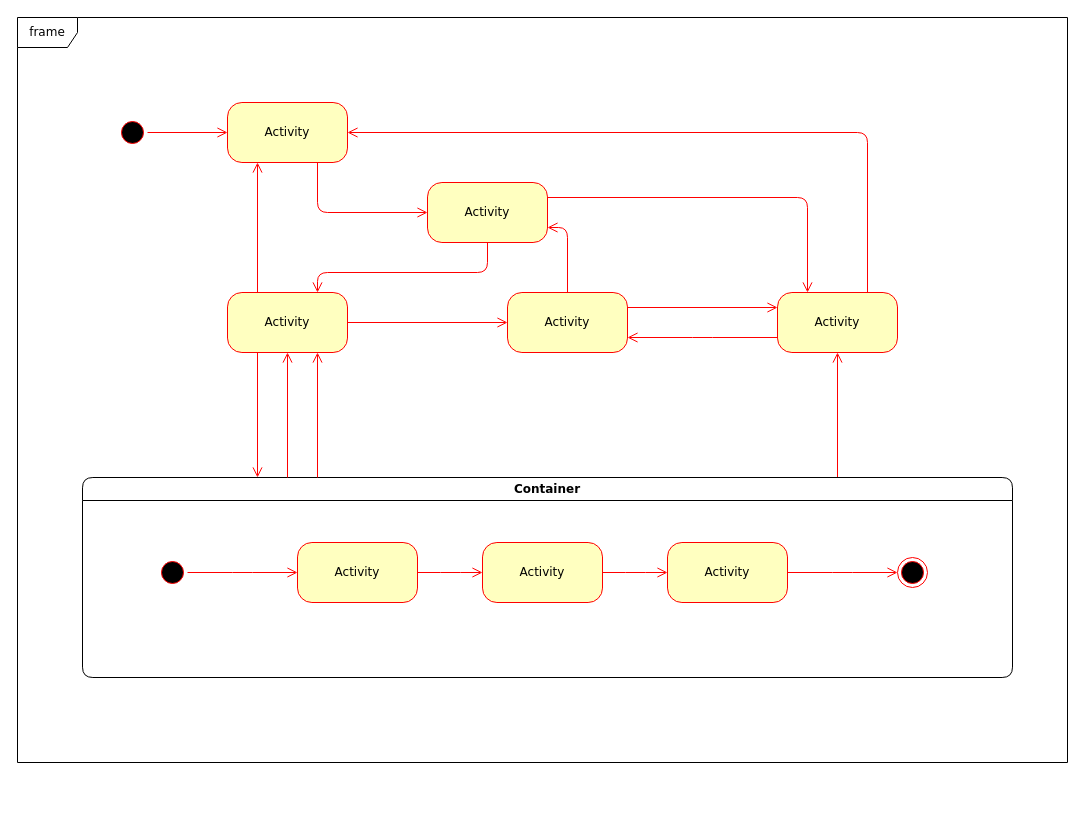
This is Diagram/Views/.drawio from ChristopheQuiniou/EasyFolio, a draw.io file, before an edit. Source tidied: cells renumbered, new cells numbered last; positions are measured from the earlier drawing's top-left corner, leaving out a move shared by most shapes. Both pictures are drawn from the tidied source at 100%, with x=0, y=0 at pixel (17, 17).
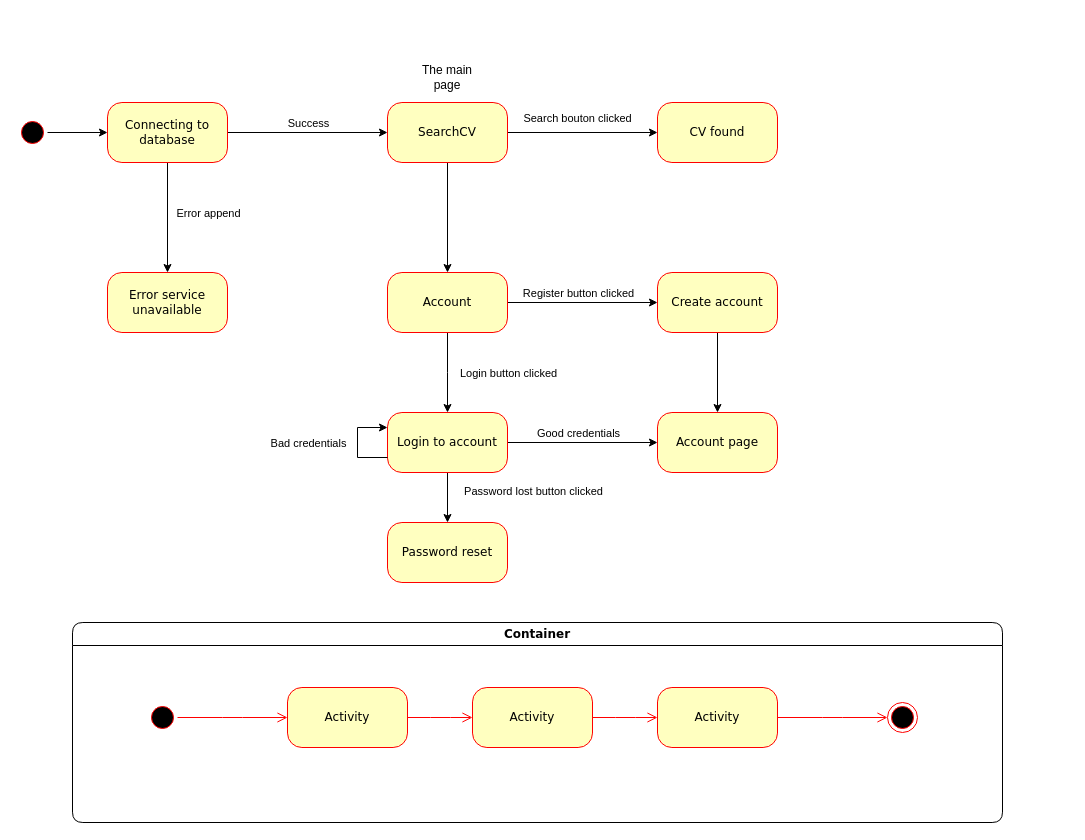
After the change.

Commit message:
Add view with basic account explain .drawio

Change to the diagram source:
```diff
@@
+    <mxCell id="33" style="edgeStyle=orthogonalEdgeStyle;rounded=0;jettySize=auto;html=1;entryX=0;entryY=0.5;entryDx=0;entryDy=0;" parent="1" edge="1" source="2" target="42">
+      <mxGeometry relative="1" as="geometry" />
+    </mxCell>
     <mxCell id="2" style="ellipse;html=1;shape=startState;fillColor=#000000;strokeColor=#ff0000;rounded=1;shadow=0;comic=0;labelBackgroundColor=none;fontFamily=Verdana;fontSize=12;fontColor=#000000;align=center;direction=south;" parent="1" vertex="1">
-      <mxGeometry x="100" y="100" width="30" height="30" as="geometry" />
+      <mxGeometry y="100" width="30" height="30" as="geometry" />
     </mxCell>
-    <mxCell id="3" value="Activity" style="rounded=1;whiteSpace=wrap;html=1;arcSize=24;fillColor=#ffffc0;strokeColor=#ff0000;shadow=0;comic=0;labelBackgroundColor=none;fontFamily=Verdana;fontSize=12;fontColor=#000000;align=center;" parent="1" vertex="1">
-      <mxGeometry x="210" y="275" width="120" height="60" as="geometry" />
-    </mxCell>
+    <mxCell id="34" style="edgeStyle=orthogonalEdgeStyle;rounded=0;jettySize=auto;html=1;" parent="1" edge="1" source="4" target="43">
+      <mxGeometry relative="1" as="geometry" />
+    </mxCell>
+    <mxCell id="35" value="Search bouton clicked" style="edgeLabel;html=1;align=center;verticalAlign=middle;" parent="34" vertex="1">
+      <mxGeometry x="-0.08" y="2" relative="1" as="geometry">
+        <mxPoint y="-13" as="offset" />
+      </mxGeometry>
+    </mxCell>
+    <mxCell id="36" style="edgeStyle=orthogonalEdgeStyle;rounded=0;jettySize=auto;html=1;" parent="1" edge="1" source="4" target="48">
+      <mxGeometry relative="1" as="geometry" />
+    </mxCell>
-    <mxCell id="4" value="Activity" style="rounded=1;whiteSpace=wrap;html=1;arcSize=24;fillColor=#ffffc0;strokeColor=#ff0000;shadow=0;comic=0;labelBackgroundColor=none;fontFamily=Verdana;fontSize=12;fontColor=#000000;align=center;" parent="1" vertex="1">
-      <mxGeometry x="210" y="85" width="120" height="60" as="geometry" />
+    <mxCell id="4" value="SearchCV" style="rounded=1;whiteSpace=wrap;html=1;arcSize=24;fillColor=#ffffc0;strokeColor=#ff0000;shadow=0;comic=0;labelBackgroundColor=none;fontFamily=Verdana;fontSize=12;fontColor=#000000;align=center;" parent="1" vertex="1">
+      <mxGeometry x="370" y="85" width="120" height="60" as="geometry" />
     </mxCell>
-    <mxCell id="5" style="edgeStyle=orthogonalEdgeStyle;html=1;exitX=1;exitY=0.25;entryX=0.25;entryY=0;labelBackgroundColor=none;endArrow=open;endSize=8;strokeColor=#ff0000;fontFamily=Verdana;fontSize=12;align=left;" parent="1" edge="1" source="6" target="9">
-      <mxGeometry relative="1" as="geometry" />
-    </mxCell>
-    <mxCell id="6" value="Activity" style="rounded=1;whiteSpace=wrap;html=1;arcSize=24;fillColor=#ffffc0;strokeColor=#ff0000;shadow=0;comic=0;labelBackgroundColor=none;fontFamily=Verdana;fontSize=12;fontColor=#000000;align=center;" parent="1" vertex="1">
-      <mxGeometry x="410" y="165" width="120" height="60" as="geometry" />
-    </mxCell>
-    <mxCell id="7" style="edgeStyle=orthogonalEdgeStyle;html=1;exitX=0.75;exitY=0;entryX=1;entryY=0.5;labelBackgroundColor=none;endArrow=open;endSize=8;strokeColor=#ff0000;fontFamily=Verdana;fontSize=12;align=left;" parent="1" edge="1" source="9" target="4">
-      <mxGeometry relative="1" as="geometry">
-        <Array as="points">
-          <mxPoint x="850" y="115" />
-        </Array>
-      </mxGeometry>
-    </mxCell>
-    <mxCell id="8" style="edgeStyle=elbowEdgeStyle;html=1;exitX=0;exitY=0.75;entryX=1;entryY=0.75;labelBackgroundColor=none;endArrow=open;endSize=8;strokeColor=#ff0000;fontFamily=Verdana;fontSize=12;align=left;" parent="1" edge="1" source="9" target="10">
-      <mxGeometry relative="1" as="geometry" />
-    </mxCell>
-    <mxCell id="9" value="Activity" style="rounded=1;whiteSpace=wrap;html=1;arcSize=24;fillColor=#ffffc0;strokeColor=#ff0000;shadow=0;comic=0;labelBackgroundColor=none;fontFamily=Verdana;fontSize=12;fontColor=#000000;align=center;" parent="1" vertex="1">
-      <mxGeometry x="760" y="275" width="120" height="60" as="geometry" />
-    </mxCell>
-    <mxCell id="10" value="Activity" style="rounded=1;whiteSpace=wrap;html=1;arcSize=24;fillColor=#ffffc0;strokeColor=#ff0000;shadow=0;comic=0;labelBackgroundColor=none;fontFamily=Verdana;fontSize=12;fontColor=#000000;align=center;" parent="1" vertex="1">
-      <mxGeometry x="490" y="275" width="120" height="60" as="geometry" />
-    </mxCell>
-    <mxCell id="11" style="edgeStyle=elbowEdgeStyle;html=1;labelBackgroundColor=none;endArrow=open;endSize=8;strokeColor=#ff0000;fontFamily=Verdana;fontSize=12;align=left;" parent="1" edge="1" source="12" target="9">
-      <mxGeometry relative="1" as="geometry" />
-    </mxCell>
     <mxCell id="12" value="Container" style="swimlane;whiteSpace=wrap;html=1;rounded=1;shadow=0;comic=0;labelBackgroundColor=none;strokeWidth=1;fontFamily=Verdana;fontSize=12;align=center;" parent="1" vertex="1">
-      <mxGeometry x="65" y="460" width="930" height="200" as="geometry" />
+      <mxGeometry x="55" y="605" width="930" height="200" as="geometry" />
     </mxCell>
@@
-    <mxCell id="22" value="frame" style="shape=umlFrame;whiteSpace=wrap;html=1;rounded=1;shadow=0;comic=0;labelBackgroundColor=none;strokeWidth=1;fontFamily=Verdana;fontSize=12;align=center;" parent="1" vertex="1">
-      <mxGeometry width="1050" height="745" as="geometry" />
-    </mxCell>
-    <mxCell id="23" style="edgeStyle=orthogonalEdgeStyle;html=1;labelBackgroundColor=none;endArrow=open;endSize=8;strokeColor=#ff0000;fontFamily=Verdana;fontSize=12;align=left;" parent="1" edge="1" source="2" target="4">
-      <mxGeometry relative="1" as="geometry" />
-    </mxCell>
-    <mxCell id="24" style="edgeStyle=orthogonalEdgeStyle;html=1;labelBackgroundColor=none;endArrow=open;endSize=8;strokeColor=#ff0000;fontFamily=Verdana;fontSize=12;align=left;entryX=0;entryY=0.5;" parent="1" edge="1" source="4" target="6">
-      <mxGeometry relative="1" as="geometry">
-        <Array as="points">
-          <mxPoint x="300" y="195" />
-        </Array>
-      </mxGeometry>
-    </mxCell>
-    <mxCell id="25" style="edgeStyle=orthogonalEdgeStyle;html=1;entryX=0.75;entryY=0;labelBackgroundColor=none;endArrow=open;endSize=8;strokeColor=#ff0000;fontFamily=Verdana;fontSize=12;align=left;exitX=0.5;exitY=1;" parent="1" edge="1" source="6" target="3">
-      <mxGeometry relative="1" as="geometry">
-        <Array as="points">
-          <mxPoint x="470" y="255" />
-          <mxPoint x="300" y="255" />
-        </Array>
-      </mxGeometry>
-    </mxCell>
-    <mxCell id="26" style="edgeStyle=orthogonalEdgeStyle;html=1;exitX=0.25;exitY=0;entryX=0.25;entryY=1;labelBackgroundColor=none;endArrow=open;endSize=8;strokeColor=#ff0000;fontFamily=Verdana;fontSize=12;align=left;" parent="1" edge="1" source="3" target="4">
-      <mxGeometry relative="1" as="geometry" />
-    </mxCell>
-    <mxCell id="27" style="edgeStyle=orthogonalEdgeStyle;html=1;exitX=1;exitY=0.5;entryX=0;entryY=0.5;labelBackgroundColor=none;endArrow=open;endSize=8;strokeColor=#ff0000;fontFamily=Verdana;fontSize=12;align=left;" parent="1" edge="1" source="3" target="10">
-      <mxGeometry relative="1" as="geometry" />
-    </mxCell>
-    <mxCell id="28" style="edgeStyle=orthogonalEdgeStyle;html=1;exitX=0.5;exitY=0;entryX=1;entryY=0.75;labelBackgroundColor=none;endArrow=open;endSize=8;strokeColor=#ff0000;fontFamily=Verdana;fontSize=12;align=left;" parent="1" edge="1" source="10" target="6">
-      <mxGeometry relative="1" as="geometry" />
-    </mxCell>
-    <mxCell id="29" style="edgeStyle=orthogonalEdgeStyle;html=1;exitX=1;exitY=0.25;entryX=0;entryY=0.25;labelBackgroundColor=none;endArrow=open;endSize=8;strokeColor=#ff0000;fontFamily=Verdana;fontSize=12;align=left;" parent="1" edge="1" source="10" target="9">
-      <mxGeometry relative="1" as="geometry" />
-    </mxCell>
-    <mxCell id="30" style="edgeStyle=elbowEdgeStyle;html=1;labelBackgroundColor=none;endArrow=open;endSize=8;strokeColor=#ff0000;fontFamily=Verdana;fontSize=12;align=left;entryX=0.75;entryY=1;" parent="1" edge="1" source="12" target="3">
-      <mxGeometry relative="1" as="geometry" />
-    </mxCell>
-    <mxCell id="31" style="edgeStyle=elbowEdgeStyle;html=1;labelBackgroundColor=none;endArrow=open;endSize=8;strokeColor=#ff0000;fontFamily=Verdana;fontSize=12;align=left;entryX=0.5;entryY=1;" parent="1" edge="1" source="12" target="3">
-      <mxGeometry relative="1" as="geometry" />
-    </mxCell>
-    <mxCell id="32" style="edgeStyle=elbowEdgeStyle;html=1;labelBackgroundColor=none;endArrow=open;endSize=8;strokeColor=#ff0000;fontFamily=Verdana;fontSize=12;align=left;exitX=0.25;exitY=1;" parent="1" edge="1" source="3" target="12">
-      <mxGeometry relative="1" as="geometry" />
-    </mxCell>
+    <mxCell id="37" value="Error service unavailable" style="rounded=1;whiteSpace=wrap;html=1;arcSize=24;fillColor=#ffffc0;strokeColor=#ff0000;shadow=0;comic=0;labelBackgroundColor=none;fontFamily=Verdana;fontSize=12;fontColor=#000000;align=center;" parent="1" vertex="1">
+      <mxGeometry x="90" y="255" width="120" height="60" as="geometry" />
+    </mxCell>
+    <mxCell id="38" style="edgeStyle=orthogonalEdgeStyle;rounded=0;jettySize=auto;html=1;entryX=0.5;entryY=0;entryDx=0;entryDy=0;" parent="1" edge="1" source="42" target="37">
+      <mxGeometry relative="1" as="geometry" />
+    </mxCell>
+    <mxCell id="39" value="Error append" style="edgeLabel;html=1;align=center;verticalAlign=middle;" parent="38" vertex="1">
+      <mxGeometry x="-0.32" y="-1" relative="1" as="geometry">
+        <mxPoint x="41" y="13" as="offset" />
+      </mxGeometry>
+    </mxCell>
+    <mxCell id="40" style="edgeStyle=orthogonalEdgeStyle;rounded=0;jettySize=auto;html=1;exitX=1;exitY=0.5;exitDx=0;exitDy=0;entryX=0;entryY=0.5;entryDx=0;entryDy=0;" parent="1" edge="1" source="42" target="4">
+      <mxGeometry relative="1" as="geometry" />
+    </mxCell>
+    <mxCell id="41" value="Success" style="edgeLabel;html=1;align=center;verticalAlign=middle;" parent="40" vertex="1">
+      <mxGeometry x="0.29" y="2" relative="1" as="geometry">
+        <mxPoint x="-23" y="-8" as="offset" />
+      </mxGeometry>
+    </mxCell>
+    <mxCell id="42" value="Connecting to database" style="rounded=1;whiteSpace=wrap;html=1;arcSize=24;fillColor=#ffffc0;strokeColor=#ff0000;shadow=0;comic=0;labelBackgroundColor=none;fontFamily=Verdana;fontSize=12;fontColor=#000000;align=center;" parent="1" vertex="1">
+      <mxGeometry x="90" y="85" width="120" height="60" as="geometry" />
+    </mxCell>
+    <mxCell id="43" value="CV found" style="rounded=1;whiteSpace=wrap;html=1;arcSize=24;fillColor=#ffffc0;strokeColor=#ff0000;shadow=0;comic=0;labelBackgroundColor=none;fontFamily=Verdana;fontSize=12;fontColor=#000000;align=center;" parent="1" vertex="1">
+      <mxGeometry x="640" y="85" width="120" height="60" as="geometry" />
+    </mxCell>
+    <mxCell id="44" style="edgeStyle=orthogonalEdgeStyle;rounded=0;jettySize=auto;html=1;" parent="1" edge="1" source="48" target="50">
+      <mxGeometry relative="1" as="geometry" />
+    </mxCell>
+    <mxCell id="45" value="Register button clicked" style="edgeLabel;html=1;align=center;verticalAlign=middle;" parent="44" vertex="1">
+      <mxGeometry x="0.1" y="3" relative="1" as="geometry">
+        <mxPoint x="-13" y="-7" as="offset" />
+      </mxGeometry>
+    </mxCell>
+    <mxCell id="46" style="edgeStyle=orthogonalEdgeStyle;rounded=0;jettySize=auto;html=1;" parent="1" edge="1" source="48" target="56">
+      <mxGeometry relative="1" as="geometry">
+        <Array as="points">
+          <mxPoint x="430" y="355" />
+          <mxPoint x="430" y="355" />
+        </Array>
+      </mxGeometry>
+    </mxCell>
+    <mxCell id="47" value="Login button clicked" style="edgeLabel;html=1;align=center;verticalAlign=middle;" parent="46" vertex="1">
+      <mxGeometry x="0.26" y="-1" relative="1" as="geometry">
+        <mxPoint x="61" y="-10" as="offset" />
+      </mxGeometry>
+    </mxCell>
+    <mxCell id="48" value="Account" style="rounded=1;whiteSpace=wrap;html=1;arcSize=24;fillColor=#ffffc0;strokeColor=#ff0000;shadow=0;comic=0;labelBackgroundColor=none;fontFamily=Verdana;fontSize=12;fontColor=#000000;align=center;" parent="1" vertex="1">
+      <mxGeometry x="370" y="255" width="120" height="60" as="geometry" />
+    </mxCell>
+    <mxCell id="49" style="edgeStyle=orthogonalEdgeStyle;rounded=0;jettySize=auto;html=1;entryX=0.5;entryY=0;entryDx=0;entryDy=0;" parent="1" edge="1" source="50" target="57">
+      <mxGeometry relative="1" as="geometry" />
+    </mxCell>
+    <mxCell id="50" value="Create account" style="rounded=1;whiteSpace=wrap;html=1;arcSize=24;fillColor=#ffffc0;strokeColor=#ff0000;shadow=0;comic=0;labelBackgroundColor=none;fontFamily=Verdana;fontSize=12;fontColor=#000000;align=center;" parent="1" vertex="1">
+      <mxGeometry x="640" y="255" width="120" height="60" as="geometry" />
+    </mxCell>
+    <mxCell id="51" value="The main page" style="text;html=1;strokeColor=none;fillColor=none;align=center;verticalAlign=middle;whiteSpace=wrap;rounded=0;" parent="1" vertex="1">
+      <mxGeometry x="400" y="45" width="60" height="30" as="geometry" />
+    </mxCell>
+    <mxCell id="52" style="edgeStyle=orthogonalEdgeStyle;rounded=0;jettySize=auto;html=1;" parent="1" edge="1" source="56" target="57">
+      <mxGeometry relative="1" as="geometry" />
+    </mxCell>
+    <mxCell id="53" value="Good credentials" style="edgeLabel;html=1;align=center;verticalAlign=middle;" parent="52" vertex="1">
+      <mxGeometry x="-0.3" y="1" relative="1" as="geometry">
+        <mxPoint x="17" y="-9" as="offset" />
+      </mxGeometry>
+    </mxCell>
+    <mxCell id="54" style="edgeStyle=orthogonalEdgeStyle;rounded=0;jettySize=auto;html=1;" parent="1" edge="1" source="56" target="58">
+      <mxGeometry relative="1" as="geometry" />
+    </mxCell>
+    <mxCell id="55" value="Password lost button clicked" style="edgeLabel;html=1;align=center;verticalAlign=middle;" parent="54" vertex="1">
+      <mxGeometry x="-0.27" y="-2" relative="1" as="geometry">
+        <mxPoint x="87" as="offset" />
+      </mxGeometry>
+    </mxCell>
+    <mxCell id="56" value="Login to account" style="rounded=1;whiteSpace=wrap;html=1;arcSize=24;fillColor=#ffffc0;strokeColor=#ff0000;shadow=0;comic=0;labelBackgroundColor=none;fontFamily=Verdana;fontSize=12;fontColor=#000000;align=center;" parent="1" vertex="1">
+      <mxGeometry x="370" y="395" width="120" height="60" as="geometry" />
+    </mxCell>
+    <mxCell id="57" value="Account page" style="whiteSpace=wrap;html=1;fontFamily=Verdana;fillColor=#ffffc0;strokeColor=#ff0000;fontColor=#000000;rounded=1;arcSize=24;shadow=0;comic=0;labelBackgroundColor=none;" parent="1" vertex="1">
+      <mxGeometry x="640" y="395" width="120" height="60" as="geometry" />
+    </mxCell>
+    <mxCell id="58" value="Password reset" style="rounded=1;whiteSpace=wrap;html=1;arcSize=24;fillColor=#ffffc0;strokeColor=#ff0000;shadow=0;comic=0;labelBackgroundColor=none;fontFamily=Verdana;fontSize=12;fontColor=#000000;align=center;" parent="1" vertex="1">
+      <mxGeometry x="370" y="505" width="120" height="60" as="geometry" />
+    </mxCell>
+    <mxCell id="59" style="edgeStyle=orthogonalEdgeStyle;rounded=0;orthogonalLoop=1;jettySize=auto;html=1;exitX=0;exitY=0.75;exitDx=0;exitDy=0;entryX=0;entryY=0.25;entryDx=0;entryDy=0;" parent="1" edge="1" source="56" target="56">
+      <mxGeometry relative="1" as="geometry">
+        <Array as="points">
+          <mxPoint x="340" y="440" />
+          <mxPoint x="340" y="410" />
+        </Array>
+      </mxGeometry>
+    </mxCell>
+    <mxCell id="60" value="Bad credentials" style="edgeLabel;html=1;align=center;verticalAlign=middle;" parent="59" vertex="1">
+      <mxGeometry x="-0.36" y="-1" relative="1" as="geometry">
+        <mxPoint x="-51" y="-14" as="offset" />
+      </mxGeometry>
+    </mxCell>
```
